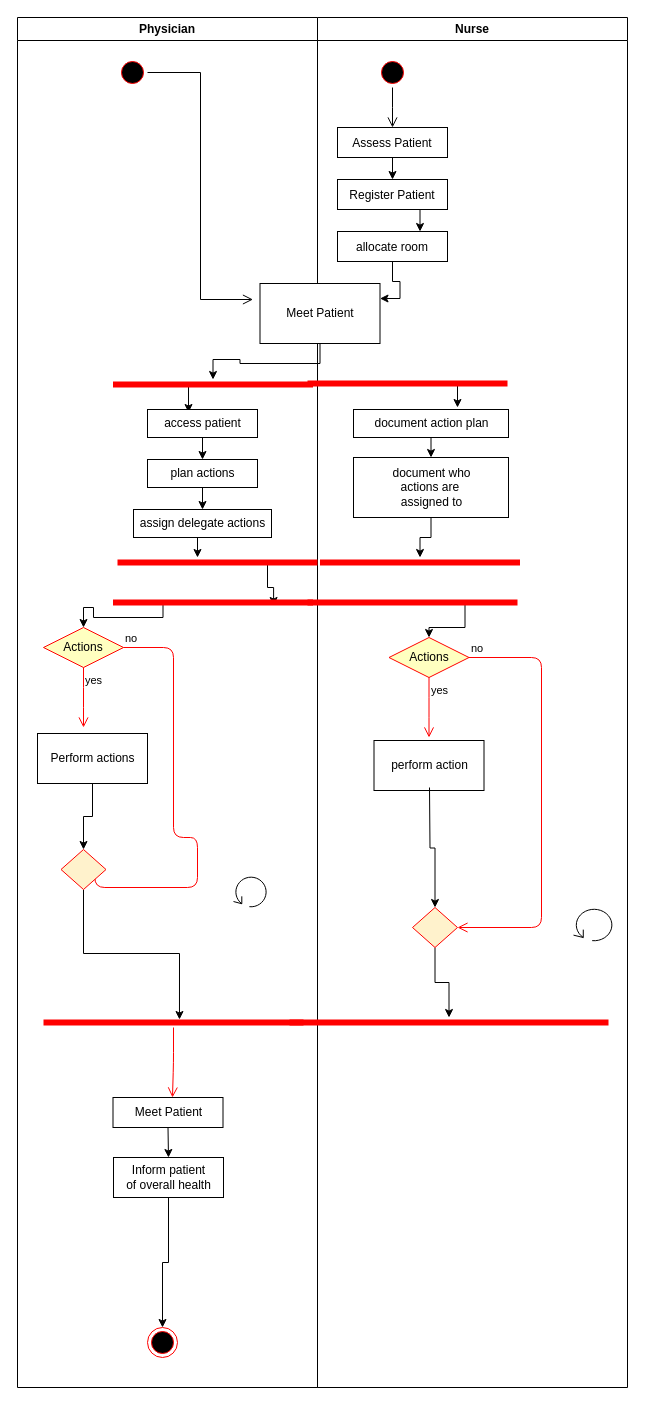
Above: activity.drawio in kestersimm/drawio (draw.io), before the change. Source tidied: cells renumbered, new cells numbered last; positions are measured from the earlier drawing's top-left corner, leaving out a move shared by most shapes. Both pictures are drawn from the tidied source at 100%, with x=0, y=0 at pixel (17, 17).
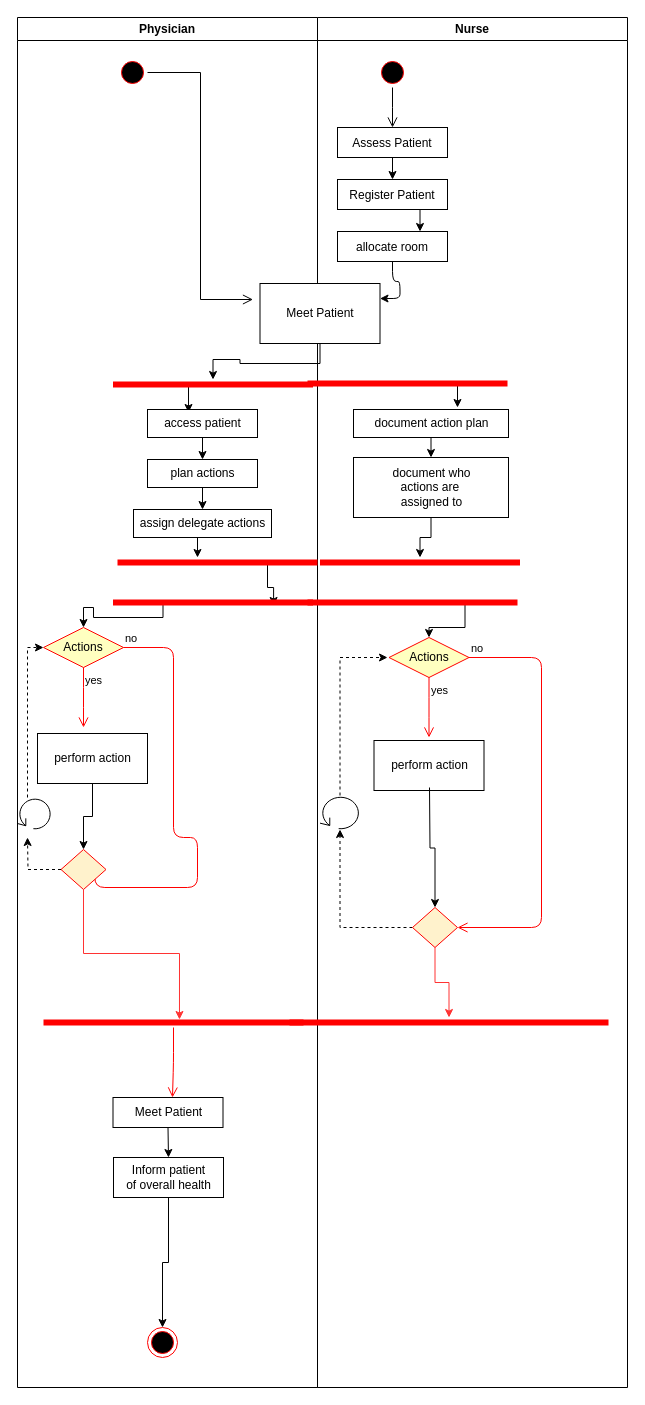
The same page after the edit.

The change refers to these unchanged cells:
```xml
<mxCell id="2" value="Nurse" style="swimlane;whiteSpace=wrap;" parent="1" vertex="1">
  <mxGeometry x="300" width="310" height="1370" as="geometry" />
</mxCell>
<mxCell id="10" value="allocate room" parent="2" vertex="1">
  <mxGeometry x="20" y="214" width="110" height="30" as="geometry" />
</mxCell>
<mxCell id="11" value="Physician" style="swimlane;whiteSpace=wrap;" parent="2" vertex="1">
  <mxGeometry x="-300" width="300" height="1370" as="geometry" />
</mxCell>
<mxCell id="15" value="Meet Patient" style="rounded=0;whiteSpace=wrap;html=1;" parent="11" vertex="1">
  <mxGeometry x="242.5" y="266" width="120" height="60" as="geometry" />
</mxCell>
<mxCell id="28" value="Actions" style="rhombus;whiteSpace=wrap;html=1;fillColor=#ffffc0;strokeColor=#ff0000;" parent="11" vertex="1">
  <mxGeometry x="26" y="610" width="80" height="40" as="geometry" />
</mxCell>
<mxCell id="34" style="rhombus;whiteSpace=wrap;html=1;fillColor=#fff2cc;strokeColor=#FF0000;" parent="11" vertex="1">
  <mxGeometry x="43.5" y="832" width="45" height="40" as="geometry" />
</mxCell>
<mxCell id="36" style="shape=line;html=1;strokeWidth=6;strokeColor=#ff0000;" parent="11" vertex="1">
  <mxGeometry x="26" y="1000" width="260" height="10" as="geometry" />
</mxCell>
<mxCell id="58" style="rhombus;whiteSpace=wrap;html=1;fillColor=#fff2cc;strokeColor=#FF0000;" parent="2" vertex="1">
  <mxGeometry x="95" y="890" width="45" height="40" as="geometry" />
</mxCell>
<mxCell id="60" style="shape=line;html=1;strokeWidth=6;strokeColor=#ff0000;" parent="2" vertex="1">
  <mxGeometry x="-28" y="1000" width="319" height="10" as="geometry" />
</mxCell>
```

Diff of the diagram source:
```diff
@@
-    <mxCell id="9" style="edgeStyle=orthogonalEdgeStyle;rounded=0;jettySize=auto;html=1;entryX=1;entryY=0.25;entryDx=0;entryDy=0;" parent="2" edge="1" source="10" target="15">
+    <mxCell id="9" style="edgeStyle=orthogonalEdgeStyle;rounded=1;jettySize=auto;html=1;entryX=1;entryY=0.25;entryDx=0;entryDy=0;" parent="2" edge="1" source="10" target="15">
       <mxGeometry relative="1" as="geometry" />
     </mxCell>
@@
-    <mxCell id="32" value="Perform actions" style="html=1;strokeColor=#000000;" parent="11" vertex="1">
+    <mxCell id="32" value="perform action" style="html=1;strokeColor=#000000;" parent="11" vertex="1">
       <mxGeometry x="20" y="716" width="110" height="50" as="geometry" />
     </mxCell>
-    <mxCell id="33" style="edgeStyle=orthogonalEdgeStyle;rounded=0;jettySize=auto;html=1;entryX=0.523;entryY=0.2;entryDx=0;entryDy=0;entryPerimeter=0;" parent="11" edge="1" source="34" target="36">
+    <mxCell id="33" style="edgeStyle=orthogonalEdgeStyle;rounded=0;jettySize=auto;html=1;entryX=0.523;entryY=0.2;entryDx=0;entryDy=0;entryPerimeter=0;strokeColor=#FF3333;" parent="11" edge="1" source="34" target="36">
       <mxGeometry relative="1" as="geometry" />
     </mxCell>
+    <mxCell id="61" style="edgeStyle=orthogonalEdgeStyle;rounded=0;jettySize=auto;html=1;entryX=0;entryY=0.5;entryDx=0;entryDy=0;dashed=1;" parent="11" edge="1" source="35" target="28">
+      <mxGeometry relative="1" as="geometry">
+        <Array as="points">
+          <mxPoint x="10" y="630" />
+        </Array>
+      </mxGeometry>
+    </mxCell>
@@
-    <mxCell id="35" style="shape=mxgraph.bpmn.loop;html=1;outlineConnect=0;strokeColor=#000000;" parent="11" vertex="1">
-      <mxGeometry x="216" y="858" width="34" height="32" as="geometry" />
-    </mxCell>
@@
+    <mxCell id="35" style="shape=mxgraph.bpmn.loop;html=1;outlineConnect=0;strokeColor=#000000;" parent="11" vertex="1">
+      <mxGeometry y="780" width="34" height="32" as="geometry" />
+    </mxCell>
@@
-    <mxCell id="57" style="edgeStyle=orthogonalEdgeStyle;rounded=0;jettySize=auto;html=1;" parent="2" edge="1" source="58" target="60">
+    <mxCell id="57" style="edgeStyle=orthogonalEdgeStyle;rounded=0;jettySize=auto;html=1;strokeColor=#FF3333;" parent="2" edge="1" source="58" target="60">
       <mxGeometry relative="1" as="geometry" />
     </mxCell>
+    <mxCell id="62" style="edgeStyle=orthogonalEdgeStyle;rounded=0;jettySize=auto;html=1;dashed=1;" parent="2" edge="1" source="58" target="59">
+      <mxGeometry relative="1" as="geometry" />
+    </mxCell>
@@
     <mxCell id="59" style="shape=mxgraph.bpmn.loop;html=1;outlineConnect=0;strokeColor=#000000;" parent="2" vertex="1">
-      <mxGeometry x="256" y="890" width="40" height="34" as="geometry" />
+      <mxGeometry x="2.5" y="778" width="40" height="34" as="geometry" />
     </mxCell>
@@
+    <mxCell id="63" style="edgeStyle=orthogonalEdgeStyle;rounded=0;jettySize=auto;html=1;dashed=1;" parent="1" edge="1" source="34">
+      <mxGeometry relative="1" as="geometry">
+        <mxPoint x="10" y="820" as="targetPoint" />
+      </mxGeometry>
+    </mxCell>
+    <mxCell id="64" style="edgeStyle=orthogonalEdgeStyle;rounded=0;jettySize=auto;html=1;dashed=1;" parent="1" edge="1" source="59">
+      <mxGeometry relative="1" as="geometry">
+        <mxPoint x="370" y="640" as="targetPoint" />
+        <Array as="points">
+          <mxPoint x="323" y="640" />
+        </Array>
+      </mxGeometry>
+    </mxCell>
```
